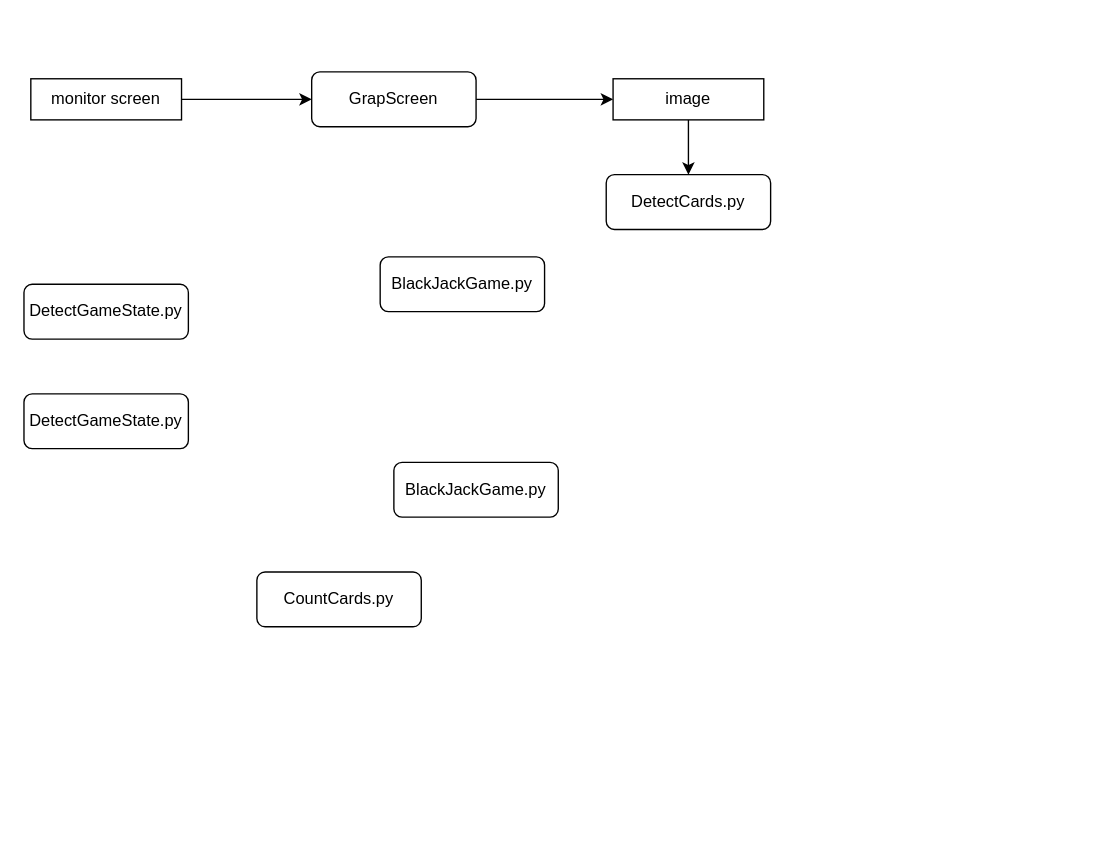
JLSchol/counting_cards keeps this draw.io diagram as docs/flowchart_code.drawio. Above is the earlier version. Source tidied: cells renumbered, new cells numbered last; positions are measured from the earlier drawing's top-left corner, leaving out a move shared by most shapes. Both pictures are drawn from the tidied source at 137%, with x=0, y=0 at pixel (23, 71).
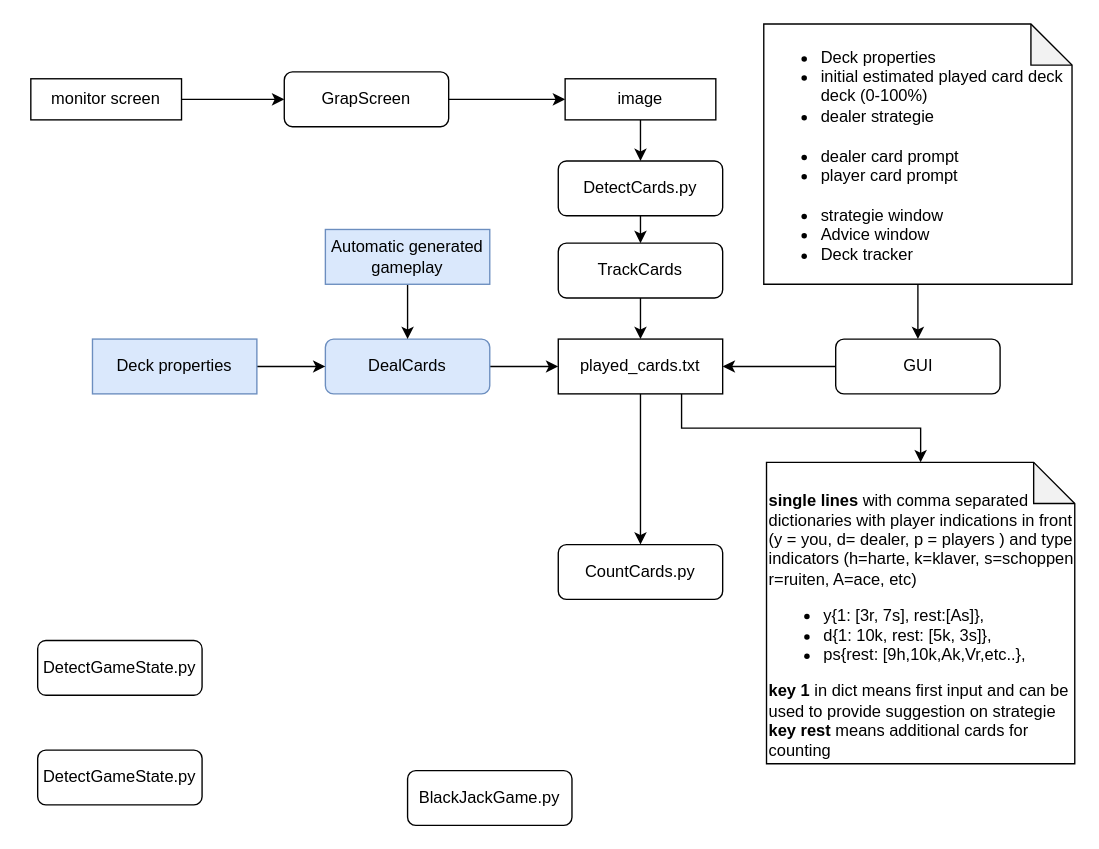
After the change.

Diff of the diagram source:
```diff
@@
     <mxCell id="2" value="CountCards.py" style="rounded=1;whiteSpace=wrap;html=1;fontSize=12;glass=0;strokeWidth=1;shadow=0;" parent="1" vertex="1">
-      <mxGeometry x="170" y="365" width="120" height="40" as="geometry" />
+      <mxGeometry x="390" y="345" width="120" height="40" as="geometry" />
     </mxCell>
+    <mxCell id="14" style="edgeStyle=orthogonalEdgeStyle;rounded=0;jettySize=auto;html=1;exitX=0.5;exitY=1;exitDx=0;exitDy=0;entryX=0.5;entryY=0;entryDx=0;entryDy=0;" parent="1" edge="1" source="3" target="24">
+      <mxGeometry relative="1" as="geometry" />
+    </mxCell>
     <mxCell id="3" value="DetectCards.py" style="rounded=1;whiteSpace=wrap;html=1;fontSize=12;glass=0;strokeWidth=1;shadow=0;" parent="1" vertex="1">
-      <mxGeometry x="425" y="75" width="120" height="40" as="geometry" />
+      <mxGeometry x="390" y="65" width="120" height="40" as="geometry" />
     </mxCell>
     <mxCell id="4" value="DetectGameState.py" style="rounded=1;whiteSpace=wrap;html=1;fontSize=12;glass=0;strokeWidth=1;shadow=0;" parent="1" vertex="1">
-      <mxGeometry y="235" width="120" height="40" as="geometry" />
+      <mxGeometry x="10" y="415" width="120" height="40" as="geometry" />
     </mxCell>
     <mxCell id="5" value="DetectGameState.py" style="rounded=1;whiteSpace=wrap;html=1;fontSize=12;glass=0;strokeWidth=1;shadow=0;" parent="1" vertex="1">
-      <mxGeometry y="155" width="120" height="40" as="geometry" />
+      <mxGeometry x="10" y="495" width="120" height="40" as="geometry" />
     </mxCell>
+    <mxCell id="15" style="edgeStyle=orthogonalEdgeStyle;rounded=0;jettySize=auto;html=1;entryX=0;entryY=0.5;entryDx=0;entryDy=0;" parent="1" edge="1" source="6" target="18">
+      <mxGeometry relative="1" as="geometry" />
+    </mxCell>
-    <mxCell id="6" value="BlackJackGame.py" style="rounded=1;whiteSpace=wrap;html=1;fontSize=12;glass=0;strokeWidth=1;shadow=0;" parent="1" vertex="1">
-      <mxGeometry x="260" y="135" width="120" height="40" as="geometry" />
+    <mxCell id="6" value="DealCards" style="rounded=1;whiteSpace=wrap;html=1;fontSize=12;glass=0;strokeWidth=1;shadow=0;fillColor=#dae8fc;strokeColor=#6c8ebf;" parent="1" vertex="1">
+      <mxGeometry x="220" y="195" width="120" height="40" as="geometry" />
     </mxCell>
@@
     <mxCell id="9" value="BlackJackGame.py" style="rounded=1;whiteSpace=wrap;html=1;fontSize=12;glass=0;strokeWidth=1;shadow=0;" parent="1" vertex="1">
-      <mxGeometry x="270" y="285" width="120" height="40" as="geometry" />
+      <mxGeometry x="280" y="510" width="120" height="40" as="geometry" />
     </mxCell>
@@
     <mxCell id="11" value="GrapScreen" style="rounded=1;whiteSpace=wrap;html=1;fontSize=12;glass=0;strokeWidth=1;shadow=0;" parent="1" vertex="1">
-      <mxGeometry x="210" width="120" height="40" as="geometry" />
+      <mxGeometry x="190" width="120" height="40" as="geometry" />
     </mxCell>
@@
     <mxCell id="13" value="image" style="rounded=0;whiteSpace=wrap;html=1;" parent="1" vertex="1">
-      <mxGeometry x="430" y="5" width="110" height="30" as="geometry" />
+      <mxGeometry x="395" y="5" width="110" height="30" as="geometry" />
     </mxCell>
+    <mxCell id="16" style="edgeStyle=orthogonalEdgeStyle;rounded=0;jettySize=auto;html=1;entryX=0.5;entryY=0;entryDx=0;entryDy=0;" parent="1" edge="1" source="18" target="2">
+      <mxGeometry relative="1" as="geometry" />
+    </mxCell>
+    <mxCell id="17" style="edgeStyle=orthogonalEdgeStyle;rounded=0;jettySize=auto;html=1;exitX=0.75;exitY=1;exitDx=0;exitDy=0;" parent="1" edge="1" source="18" target="29">
+      <mxGeometry relative="1" as="geometry" />
+    </mxCell>
+    <mxCell id="18" value="played_cards.txt" style="rounded=0;whiteSpace=wrap;html=1;glass=0;" parent="1" vertex="1">
+      <mxGeometry x="390" y="195" width="120" height="40" as="geometry" />
+    </mxCell>
+    <mxCell id="19" style="edgeStyle=orthogonalEdgeStyle;rounded=0;jettySize=auto;html=1;entryX=0;entryY=0.5;entryDx=0;entryDy=0;exitX=1;exitY=0.5;exitDx=0;exitDy=0;" parent="1" edge="1" source="20" target="6">
+      <mxGeometry relative="1" as="geometry" />
+    </mxCell>
+    <mxCell id="20" value="Deck properties" style="rounded=0;whiteSpace=wrap;html=1;glass=0;fillColor=#dae8fc;strokeColor=#6c8ebf;" parent="1" vertex="1">
+      <mxGeometry x="50" y="195" width="120" height="40" as="geometry" />
+    </mxCell>
+    <mxCell id="21" style="edgeStyle=orthogonalEdgeStyle;rounded=0;jettySize=auto;html=1;" parent="1" edge="1" source="22" target="6">
+      <mxGeometry relative="1" as="geometry" />
+    </mxCell>
+    <mxCell id="22" value="Automatic generated gameplay" style="rounded=0;whiteSpace=wrap;html=1;glass=0;fillColor=#dae8fc;strokeColor=#6c8ebf;" parent="1" vertex="1">
+      <mxGeometry x="220" y="115" width="120" height="40" as="geometry" />
+    </mxCell>
+    <mxCell id="23" style="edgeStyle=orthogonalEdgeStyle;rounded=0;jettySize=auto;html=1;exitX=0.5;exitY=1;exitDx=0;exitDy=0;" parent="1" edge="1" source="24" target="18">
+      <mxGeometry relative="1" as="geometry" />
+    </mxCell>
+    <mxCell id="24" value="TrackCards" style="rounded=1;whiteSpace=wrap;html=1;fontSize=12;glass=0;strokeWidth=1;shadow=0;" parent="1" vertex="1">
+      <mxGeometry x="390" y="125" width="120" height="40" as="geometry" />
+    </mxCell>
+    <mxCell id="25" style="edgeStyle=orthogonalEdgeStyle;rounded=0;jettySize=auto;html=1;entryX=1;entryY=0.5;entryDx=0;entryDy=0;" parent="1" edge="1" source="26" target="18">
+      <mxGeometry relative="1" as="geometry" />
+    </mxCell>
+    <mxCell id="26" value="GUI" style="rounded=1;whiteSpace=wrap;html=1;fontSize=12;glass=0;strokeWidth=1;shadow=0;" parent="1" vertex="1">
+      <mxGeometry x="592.5" y="195" width="120" height="40" as="geometry" />
+    </mxCell>
+    <mxCell id="27" style="edgeStyle=orthogonalEdgeStyle;rounded=0;jettySize=auto;html=1;entryX=0.5;entryY=0;entryDx=0;entryDy=0;" parent="1" edge="1" source="28" target="26">
+      <mxGeometry relative="1" as="geometry" />
+    </mxCell>
+    <mxCell id="28" value="&lt;ul&gt;&lt;li&gt;Deck properties&lt;/li&gt;&lt;li&gt;initial estimated played card deck deck (0-100%)&lt;br&gt;&lt;/li&gt;&lt;li&gt;dealer strategie&lt;br&gt;&lt;br&gt;&lt;/li&gt;&lt;li&gt;dealer card prompt&lt;/li&gt;&lt;li&gt;player card prompt&lt;br&gt;&lt;br&gt;&lt;/li&gt;&lt;li&gt;strategie window&lt;br&gt;&lt;/li&gt;&lt;li&gt;Advice window&lt;/li&gt;&lt;li&gt;Deck tracker&lt;/li&gt;&lt;/ul&gt;" style="shape=note;whiteSpace=wrap;html=1;backgroundOutline=1;darkOpacity=0.05;glass=0;align=left;verticalAlign=bottom;" parent="1" vertex="1">
+      <mxGeometry x="540" y="-35" width="225" height="190" as="geometry" />
+    </mxCell>
+    <mxCell id="29" value="&lt;div&gt;&lt;b&gt;single lines&lt;/b&gt;&amp;nbsp;with comma separated dictionaries with player indications in front (&lt;span&gt;y = you, d= dealer, p = players&amp;nbsp;&lt;/span&gt;&lt;span&gt;) and type indicators (&lt;/span&gt;&lt;span&gt;h=harte, k=klaver, s=schoppen r=ruiten, A=ace, etc&lt;/span&gt;&lt;span&gt;)&lt;/span&gt;&lt;/div&gt;&lt;ul&gt;&lt;li&gt;y{1: [3r, 7s], rest:[As]},&lt;/li&gt;&lt;li&gt;d{1: 10k, rest: [5k, 3s]},&lt;/li&gt;&lt;li&gt;ps{rest: [9h,10k,Ak,Vr,etc..},&lt;/li&gt;&lt;/ul&gt;&lt;div&gt;&lt;b&gt;key 1 &lt;/b&gt;in dict means first input and can be used to provide suggestion on strategie&lt;/div&gt;&lt;div&gt;&lt;b&gt;key rest&lt;/b&gt;&amp;nbsp;means additional cards for counting&lt;/div&gt;" style="shape=note;whiteSpace=wrap;html=1;backgroundOutline=1;darkOpacity=0.05;glass=0;align=left;verticalAlign=bottom;" parent="1" vertex="1">
+      <mxGeometry x="542" y="285" width="225" height="220" as="geometry" />
+    </mxCell>
```
